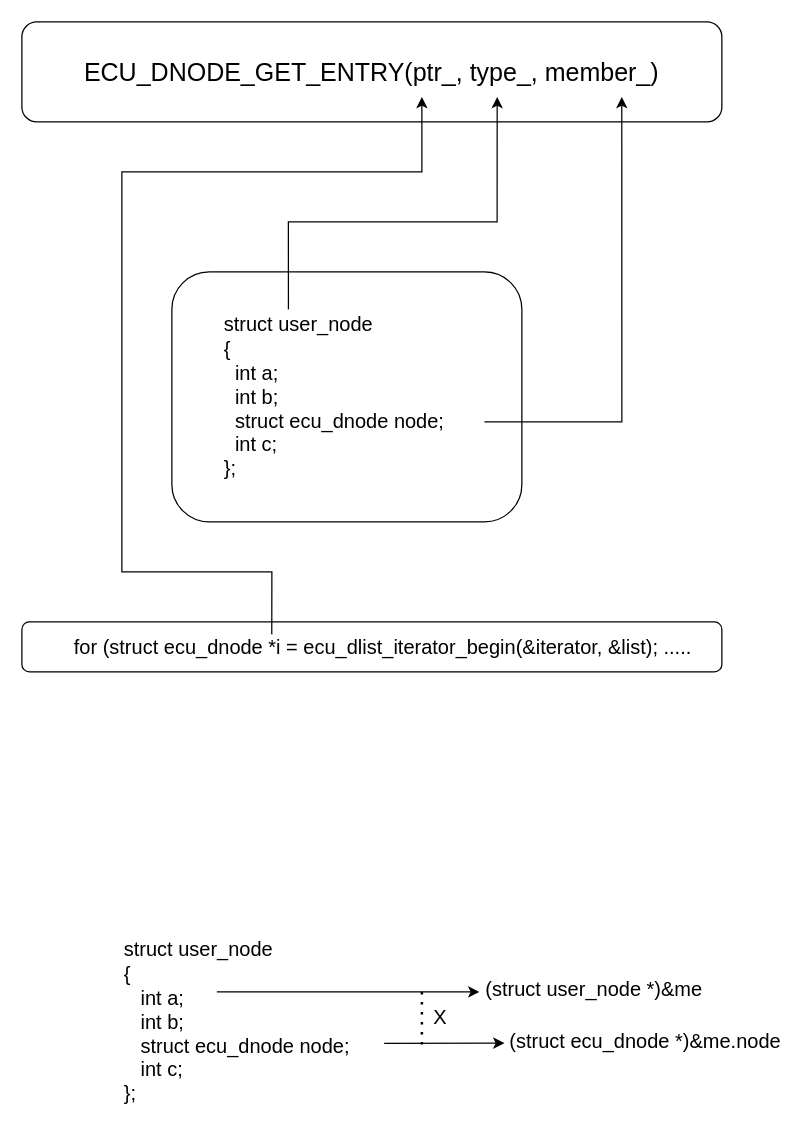
ress059/ecu keeps this draw.io diagram as page "getting_node_data" (2 of 19) of doc/images/dlist/dlist.drawio. Above is the earlier version. Source tidied: cells renumbered, new cells numbered last; positions are measured from the earlier drawing's top-left corner, leaving out a move shared by most shapes. Both pictures are drawn from the tidied source at 125%, with x=0, y=0 at pixel (21, 21).
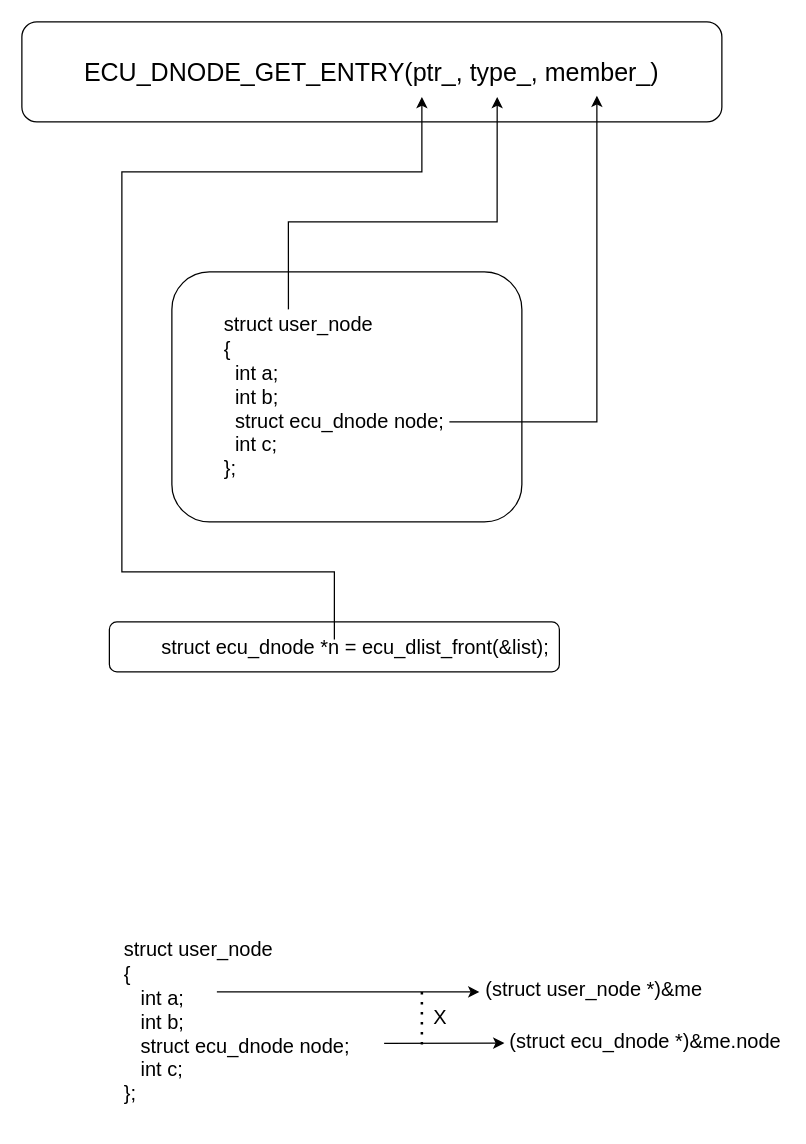
The same page after the edit.

Unchanged cells that the change refers to:
```xml
<mxCell id="2" value="&lt;font style=&quot;font-size: 20px;&quot;&gt;ECU_DNODE_GET_ENTRY(ptr_, type_, member_)&lt;/font&gt;" style="rounded=1;whiteSpace=wrap;html=1;" parent="1" vertex="1">
  <mxGeometry width="560" height="80" as="geometry" />
</mxCell>
<mxCell id="3" value="&lt;blockquote style=&quot;margin: 0 0 0 40px; border: none; padding: 0px;&quot;&gt;&lt;font style=&quot;font-size: 16px;&quot;&gt;struct user_node&amp;nbsp;&lt;br&gt;&lt;/font&gt;&lt;font style=&quot;font-size: 16px;&quot;&gt;&lt;span style=&quot;&quot;&gt;{&lt;br&gt;&lt;/span&gt;&lt;/font&gt;&lt;font style=&quot;font-size: 16px;&quot;&gt;&lt;span style=&quot;&quot;&gt;&lt;span style=&quot;white-space: pre;&quot;&gt; &lt;span style=&quot;white-space: pre;&quot;&gt; &lt;/span&gt;&lt;/span&gt;int a;&lt;br&gt;&lt;/span&gt;&lt;/font&gt;&lt;font style=&quot;font-size: 16px;&quot;&gt;&lt;span style=&quot;&quot;&gt;&lt;span style=&quot;white-space: pre;&quot;&gt; &lt;span style=&quot;white-space: pre;&quot;&gt; &lt;/span&gt;&lt;/span&gt;int b;&lt;br&gt;&lt;/span&gt;&lt;/font&gt;&lt;font style=&quot;font-size: 16px;&quot;&gt;&lt;span style=&quot;&quot;&gt;&lt;span style=&quot;white-space: pre;&quot;&gt; &lt;span style=&quot;white-space: pre;&quot;&gt; &lt;/span&gt;&lt;/span&gt;struct ecu_dnode node;&lt;br&gt;&lt;/span&gt;&lt;/font&gt;&lt;font style=&quot;font-size: 16px;&quot;&gt;&lt;span style=&quot;&quot;&gt;&lt;span style=&quot;white-space: pre;&quot;&gt; &lt;span style=&quot;white-space: pre;&quot;&gt; &lt;/span&gt;&lt;/span&gt;int c;&lt;br&gt;&lt;/span&gt;&lt;/font&gt;&lt;font style=&quot;font-size: 16px;&quot;&gt;&lt;span style=&quot;&quot;&gt;};&lt;/span&gt;&lt;/font&gt;&lt;/blockquote&gt;" style="rounded=1;whiteSpace=wrap;html=1;align=left;" parent="1" vertex="1">
  <mxGeometry x="120" y="200" width="280" height="200" as="geometry" />
</mxCell>
```

Change to the diagram source:
```diff
@@
-    <mxCell id="4" value="&lt;blockquote style=&quot;margin: 0 0 0 40px; border: none; padding: 0px;&quot;&gt;&lt;font style=&quot;font-size: 16px;&quot;&gt;for (struct ecu_dnode *i = ecu_dlist_iterator_begin(&amp;amp;iterator, &amp;amp;list); .....&lt;/font&gt;&lt;/blockquote&gt;" style="rounded=1;whiteSpace=wrap;html=1;align=left;" parent="1" vertex="1">
-      <mxGeometry y="480" width="560" height="40" as="geometry" />
+    <mxCell id="4" value="&lt;blockquote style=&quot;margin: 0 0 0 40px; border: none; padding: 0px;&quot;&gt;&lt;font style=&quot;font-size: 16px;&quot;&gt;struct ecu_dnode *n = ecu_dlist_front(&amp;amp;list);&lt;/font&gt;&lt;/blockquote&gt;" style="rounded=1;whiteSpace=wrap;html=1;align=left;" parent="1" vertex="1">
+      <mxGeometry x="70" y="480" width="360" height="40" as="geometry" />
     </mxCell>
@@
-    <mxCell id="6" style="endArrow=classic;html=1;rounded=0;entryX=0.857;entryY=0.75;entryDx=0;entryDy=0;entryPerimeter=0;strokeWidth=1;exitX=0.893;exitY=0.6;exitDx=0;exitDy=0;exitPerimeter=0;" parent="1" edge="1" source="3" target="2">
+    <mxCell id="6" style="endArrow=classic;html=1;rounded=0;strokeWidth=1;" parent="1" edge="1">
       <mxGeometry relative="1" as="geometry">
+        <mxPoint x="342" y="320" as="sourcePoint" />
+        <mxPoint x="460" y="59" as="targetPoint" />
         <Array as="points">
-          <mxPoint x="480" y="320" />
+          <mxPoint x="460" y="320" />
         </Array>
       </mxGeometry>
     </mxCell>
-    <mxCell id="7" style="endArrow=classic;html=1;rounded=0;exitX=0.357;exitY=0.25;exitDx=0;exitDy=0;exitPerimeter=0;strokeWidth=1;" parent="1" edge="1" source="4">
+    <mxCell id="7" style="endArrow=classic;html=1;rounded=0;strokeWidth=1;" parent="1" edge="1">
       <mxGeometry relative="1" as="geometry">
+        <mxPoint x="250" y="494" as="sourcePoint" />
         <mxPoint x="320" y="60" as="targetPoint" />
         <Array as="points">
-          <mxPoint x="200" y="440" />
+          <mxPoint x="250" y="440" />
           <mxPoint x="80" y="440" />
           <mxPoint x="80" y="280" />
           <mxPoint x="80" y="120" />
           <mxPoint x="320" y="120" />
         </Array>
       </mxGeometry>
     </mxCell>
```
